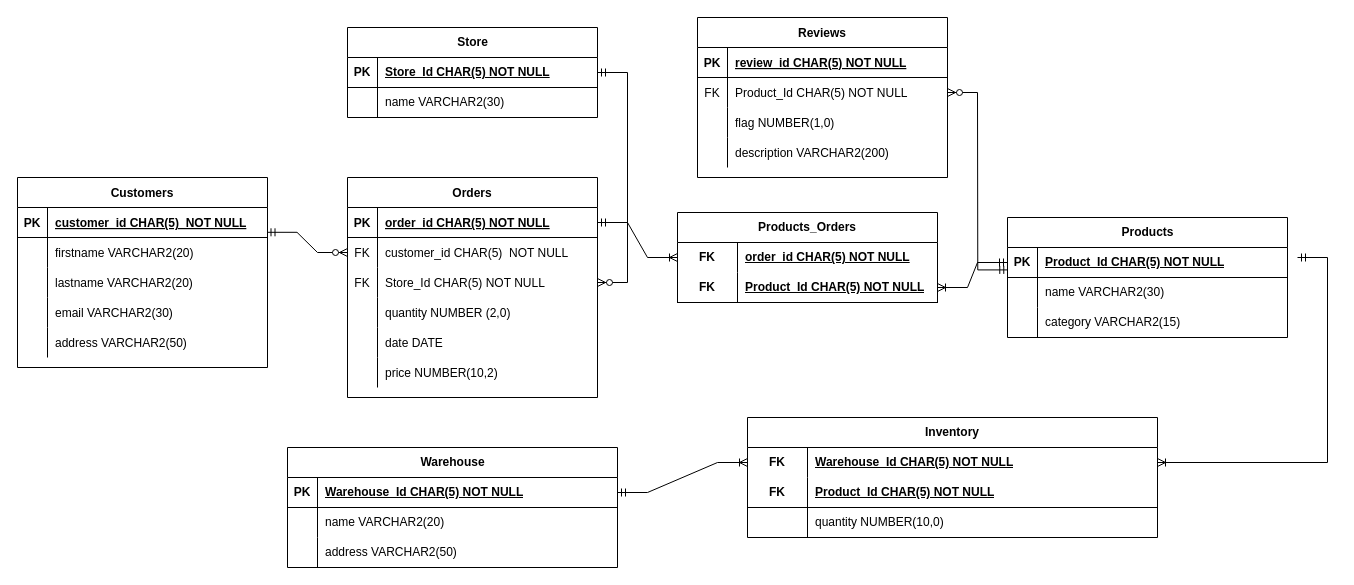
Above: SQL/ERD.drawio in mperusse21/SuperstoreSimulation (draw.io), before the change. Source tidied: cells renumbered, new cells numbered last; positions are measured from the earlier drawing's top-left corner, leaving out a move shared by most shapes. Both pictures are drawn from the tidied source at 100%, with x=0, y=0 at pixel (17, 17).
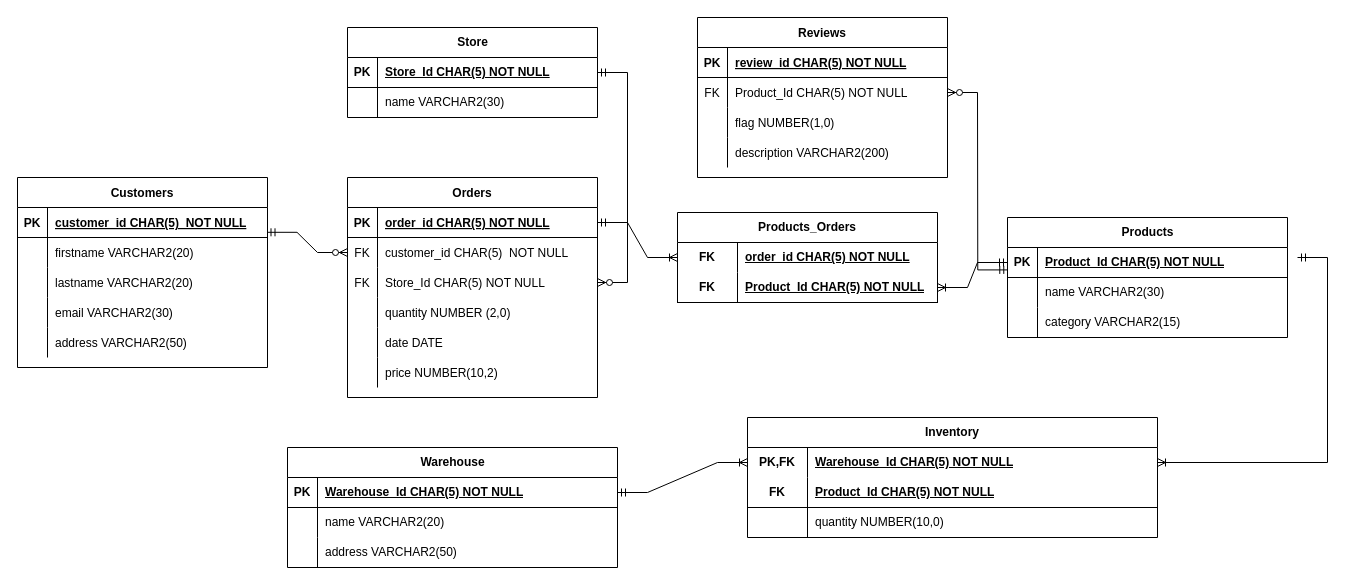
The same page after the edit.

Commit message (it also covers changes not shown here):
Created a database prototype

Unchanged cells that the change refers to:
```xml
<mxCell id="85" style="shape=tableRow;horizontal=0;startSize=0;swimlaneHead=0;swimlaneBody=0;fillColor=none;points=[[0,0.5],[1,0.5]];portConstraint=eastwest;top=0;left=0;right=0;bottom=0;html=1;" parent="84" vertex="1">
  <mxGeometry y="30" width="410" height="30" as="geometry" />
</mxCell>
```

Change to the diagram source:
```diff
@@
-    <mxCell id="86" value="FK" style="shape=partialRectangle;fillColor=none;top=0;left=0;bottom=0;right=0;fontStyle=1;overflow=hidden;html=1;whiteSpace=wrap;" parent="85" vertex="1">
+    <mxCell id="86" value="PK,FK" style="shape=partialRectangle;fillColor=none;top=0;left=0;bottom=0;right=0;fontStyle=1;overflow=hidden;html=1;whiteSpace=wrap;" parent="85" vertex="1">
       <mxGeometry width="60" height="30" as="geometry" />
     </mxCell>
```
